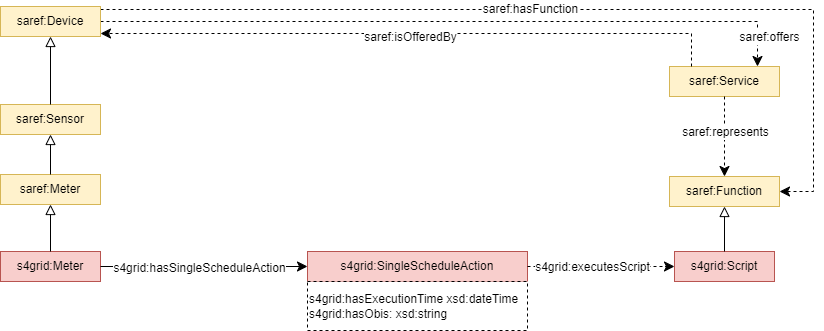
The draw.io diagram documentation/diagrams/SAREF4GRID_Scheduled_action.png in Sergio-Carulli/saref4grid, before a commit. Source tidied: cells renumbered, new cells last; positions are measured from the earlier drawing's top-left corner, leaving out a move shared by most shapes. Its diagram source:
```xml
<mxGraphModel>
  <root>
    <mxCell id="0" />
    <mxCell id="1" parent="0" />
    <mxCell id="2" value="s4grid:Meter" style="rounded=0;whiteSpace=wrap;html=1;snapToPoint=1;points=[[0.1,0],[0.2,0],[0.3,0],[0.4,0],[0.5,0],[0.6,0],[0.7,0],[0.8,0],[0.9,0],[0,0.1],[0,0.3],[0,0.5],[0,0.7],[0,0.9],[0.1,1],[0.2,1],[0.3,1],[0.4,1],[0.5,1],[0.6,1],[0.7,1],[0.8,1],[0.9,1],[1,0.1],[1,0.3],[1,0.5],[1,0.7],[1,0.9]];fillColor=#f8cecc;strokeColor=#b85450;" parent="1" vertex="1">
      <mxGeometry y="245" width="100" height="30" as="geometry" />
    </mxCell>
    <mxCell id="3" value="s4grid:SingleScheduleAction" style="rounded=0;whiteSpace=wrap;html=1;snapToPoint=1;points=[[0.1,0],[0.2,0],[0.3,0],[0.4,0],[0.5,0],[0.6,0],[0.7,0],[0.8,0],[0.9,0],[0,0.1],[0,0.3],[0,0.5],[0,0.7],[0,0.9],[0.1,1],[0.2,1],[0.3,1],[0.4,1],[0.5,1],[0.6,1],[0.7,1],[0.8,1],[0.9,1],[1,0.1],[1,0.3],[1,0.5],[1,0.7],[1,0.9]];fillColor=#f8cecc;strokeColor=#b85450;" parent="1" vertex="1">
      <mxGeometry x="307" y="245" width="220" height="30" as="geometry" />
    </mxCell>
    <mxCell id="4" style="endArrow=classic;html=1;exitX=1;exitY=0.5;exitDx=0;exitDy=0;entryX=0;entryY=0.5;entryDx=0;entryDy=0;endSize=8;arcSize=0;rounded=0;" parent="1" edge="1" source="2" target="3">
      <mxGeometry relative="1" as="geometry" />
    </mxCell>
    <mxCell id="5" value="&lt;div&gt;s4grid:hasSingleScheduleAction&lt;/div&gt;" style="text;html=1;align=center;verticalAlign=middle;labelBackgroundColor=#ffffff;" parent="4" vertex="1">
      <mxGeometry x="-0.13" relative="1" as="geometry">
        <mxPoint x="8" y="1" as="offset" />
      </mxGeometry>
    </mxCell>
    <mxCell id="6" style="endArrow=classic;html=1;exitX=1;exitY=0.5;exitDx=0;exitDy=0;endSize=8;arcSize=0;rounded=0;entryX=0;entryY=0.5;entryDx=0;entryDy=0;dashed=1;" parent="1" edge="1" source="3" target="9">
      <mxGeometry relative="1" as="geometry" />
    </mxCell>
    <mxCell id="7" value="&lt;div&gt;s4grid:executesScript&lt;/div&gt;" style="text;html=1;align=center;verticalAlign=middle;labelBackgroundColor=#ffffff;" parent="6" vertex="1">
      <mxGeometry x="-0.13" relative="1" as="geometry" />
    </mxCell>
    <mxCell id="8" value="s4grid:hasExecutionTime xsd:dateTime&lt;br&gt;s4grid:hasObis: xsd:string" style="rounded=0;whiteSpace=wrap;html=1;dashed=1;align=left;" parent="1" vertex="1">
      <mxGeometry x="307" y="275" width="220" height="49" as="geometry" />
    </mxCell>
    <mxCell id="9" value="s4grid:Script" style="rounded=0;whiteSpace=wrap;html=1;snapToPoint=1;points=[[0.1,0],[0.2,0],[0.3,0],[0.4,0],[0.5,0],[0.6,0],[0.7,0],[0.8,0],[0.9,0],[0,0.1],[0,0.3],[0,0.5],[0,0.7],[0,0.9],[0.1,1],[0.2,1],[0.3,1],[0.4,1],[0.5,1],[0.6,1],[0.7,1],[0.8,1],[0.9,1],[1,0.1],[1,0.3],[1,0.5],[1,0.7],[1,0.9]];fillColor=#f8cecc;strokeColor=#b85450;" parent="1" vertex="1">
      <mxGeometry x="674" y="245" width="100" height="30" as="geometry" />
    </mxCell>
    <mxCell id="10" value="saref:Service" style="rounded=0;whiteSpace=wrap;html=1;snapToPoint=1;points=[[0.1,0],[0.2,0],[0.3,0],[0.4,0],[0.5,0],[0.6,0],[0.7,0],[0.8,0],[0.9,0],[0,0.1],[0,0.3],[0,0.5],[0,0.7],[0,0.9],[0.1,1],[0.2,1],[0.3,1],[0.4,1],[0.5,1],[0.6,1],[0.7,1],[0.8,1],[0.9,1],[1,0.1],[1,0.3],[1,0.5],[1,0.7],[1,0.9]];fillColor=#fff2cc;strokeColor=#d6b656;" parent="1" vertex="1">
      <mxGeometry x="669" y="60" width="110" height="30" as="geometry" />
    </mxCell>
    <mxCell id="11" value="saref:Function" style="rounded=0;whiteSpace=wrap;html=1;snapToPoint=1;points=[[0.1,0],[0.2,0],[0.3,0],[0.4,0],[0.5,0],[0.6,0],[0.7,0],[0.8,0],[0.9,0],[0,0.1],[0,0.3],[0,0.5],[0,0.7],[0,0.9],[0.1,1],[0.2,1],[0.3,1],[0.4,1],[0.5,1],[0.6,1],[0.7,1],[0.8,1],[0.9,1],[1,0.1],[1,0.3],[1,0.5],[1,0.7],[1,0.9]];fillColor=#fff2cc;strokeColor=#d6b656;" parent="1" vertex="1">
      <mxGeometry x="669" y="170" width="110" height="30" as="geometry" />
    </mxCell>
    <mxCell id="12" style="endArrow=classic;html=1;exitX=0.5;exitY=1;exitDx=0;exitDy=0;entryX=0.5;entryY=0;entryDx=0;entryDy=0;endSize=8;arcSize=0;rounded=0;edgeStyle=orthogonalEdgeStyle;dashed=1;" parent="1" edge="1" source="10" target="11">
      <mxGeometry relative="1" as="geometry" />
    </mxCell>
    <mxCell id="13" value="&lt;div&gt;saref:represents&lt;/div&gt;" style="text;html=1;align=center;verticalAlign=middle;labelBackgroundColor=#ffffff;" parent="12" vertex="1">
      <mxGeometry x="-0.13" relative="1" as="geometry" />
    </mxCell>
    <mxCell id="14" style="endArrow=classic;html=1;endSize=8;arcSize=0;rounded=0;entryX=0.8;entryY=0;entryDx=0;entryDy=0;dashed=1;exitX=1;exitY=0.5;exitDx=0;exitDy=0;edgeStyle=orthogonalEdgeStyle;" parent="1" edge="1" source="22" target="10">
      <mxGeometry relative="1" as="geometry" />
    </mxCell>
    <mxCell id="15" value="saref:offers" style="text;html=1;align=center;verticalAlign=middle;labelBackgroundColor=#ffffff;" parent="14" vertex="1">
      <mxGeometry x="-0.13" relative="1" as="geometry">
        <mxPoint x="362" y="15" as="offset" />
      </mxGeometry>
    </mxCell>
    <mxCell id="16" style="endArrow=classic;html=1;exitX=0.2;exitY=0;exitDx=0;exitDy=0;endSize=8;arcSize=0;rounded=0;dashed=1;entryX=1;entryY=0.9;entryDx=0;entryDy=0;edgeStyle=orthogonalEdgeStyle;" parent="1" edge="1" source="10" target="22">
      <mxGeometry relative="1" as="geometry" />
    </mxCell>
    <mxCell id="17" value="saref:isOfferedBy" style="text;html=1;align=center;verticalAlign=middle;labelBackgroundColor=#ffffff;" parent="16" vertex="1">
      <mxGeometry x="-0.13" relative="1" as="geometry">
        <mxPoint x="-43" y="3" as="offset" />
      </mxGeometry>
    </mxCell>
    <mxCell id="18" style="endArrow=classic;html=1;endSize=8;arcSize=0;rounded=0;entryX=1;entryY=0.5;entryDx=0;entryDy=0;dashed=1;edgeStyle=orthogonalEdgeStyle;exitX=1;exitY=0.1;exitDx=0;exitDy=0;" parent="1" edge="1" source="22" target="11">
      <mxGeometry relative="1" as="geometry">
        <Array as="points">
          <mxPoint x="813" y="3" />
          <mxPoint x="813" y="185" />
        </Array>
      </mxGeometry>
    </mxCell>
    <mxCell id="19" value="saref:hasFunction" style="text;html=1;align=center;verticalAlign=middle;labelBackgroundColor=#ffffff;" parent="18" vertex="1">
      <mxGeometry x="-0.13" relative="1" as="geometry">
        <mxPoint x="23" y="-1" as="offset" />
      </mxGeometry>
    </mxCell>
    <mxCell id="20" value="saref:Meter" style="rounded=0;whiteSpace=wrap;html=1;snapToPoint=1;points=[[0.1,0],[0.2,0],[0.3,0],[0.4,0],[0.5,0],[0.6,0],[0.7,0],[0.8,0],[0.9,0],[0,0.1],[0,0.3],[0,0.5],[0,0.7],[0,0.9],[0.1,1],[0.2,1],[0.3,1],[0.4,1],[0.5,1],[0.6,1],[0.7,1],[0.8,1],[0.9,1],[1,0.1],[1,0.3],[1,0.5],[1,0.7],[1,0.9]];fillColor=#fff2cc;strokeColor=#d6b656;" parent="1" vertex="1">
      <mxGeometry y="168" width="100" height="30" as="geometry" />
    </mxCell>
    <mxCell id="21" style="endArrow=block;html=1;fontColor=#000099;exitX=0.5;exitY=0;exitDx=0;exitDy=0;endFill=0;entryX=0.5;entryY=1;entryDx=0;entryDy=0;endSize=8;arcSize=0;rounded=0;" parent="1" edge="1" source="2" target="20">
      <mxGeometry relative="1" as="geometry" />
    </mxCell>
    <mxCell id="22" value="saref:Device" style="rounded=0;whiteSpace=wrap;html=1;snapToPoint=1;points=[[0.1,0],[0.2,0],[0.3,0],[0.4,0],[0.5,0],[0.6,0],[0.7,0],[0.8,0],[0.9,0],[0,0.1],[0,0.3],[0,0.5],[0,0.7],[0,0.9],[0.1,1],[0.2,1],[0.3,1],[0.4,1],[0.5,1],[0.6,1],[0.7,1],[0.8,1],[0.9,1],[1,0.1],[1,0.3],[1,0.5],[1,0.7],[1,0.9]];fillColor=#fff2cc;strokeColor=#d6b656;" parent="1" vertex="1">
      <mxGeometry width="100" height="30" as="geometry" />
    </mxCell>
    <mxCell id="23" value="saref:Sensor" style="rounded=0;whiteSpace=wrap;html=1;snapToPoint=1;points=[[0.1,0],[0.2,0],[0.3,0],[0.4,0],[0.5,0],[0.6,0],[0.7,0],[0.8,0],[0.9,0],[0,0.1],[0,0.3],[0,0.5],[0,0.7],[0,0.9],[0.1,1],[0.2,1],[0.3,1],[0.4,1],[0.5,1],[0.6,1],[0.7,1],[0.8,1],[0.9,1],[1,0.1],[1,0.3],[1,0.5],[1,0.7],[1,0.9]];fillColor=#fff2cc;strokeColor=#d6b656;" parent="1" vertex="1">
      <mxGeometry y="98" width="100" height="30" as="geometry" />
    </mxCell>
    <mxCell id="24" style="endArrow=block;html=1;fontColor=#000099;exitX=0.5;exitY=0;exitDx=0;exitDy=0;endFill=0;entryX=0.5;entryY=1;entryDx=0;entryDy=0;endSize=8;arcSize=0;rounded=0;" parent="1" edge="1" source="23" target="22">
      <mxGeometry relative="1" as="geometry" />
    </mxCell>
    <mxCell id="25" style="endArrow=block;html=1;fontColor=#000099;exitX=0.5;exitY=0;exitDx=0;exitDy=0;endFill=0;entryX=0.5;entryY=1;entryDx=0;entryDy=0;endSize=8;arcSize=0;rounded=0;" parent="1" edge="1" source="20" target="23">
      <mxGeometry relative="1" as="geometry" />
    </mxCell>
    <mxCell id="26" style="endArrow=block;html=1;fontColor=#000099;exitX=0.5;exitY=0;exitDx=0;exitDy=0;endFill=0;entryX=0.5;entryY=1;entryDx=0;entryDy=0;endSize=8;arcSize=0;rounded=0;" parent="1" edge="1" source="9" target="11">
      <mxGeometry relative="1" as="geometry" />
    </mxCell>
  </root>
</mxGraphModel>
```
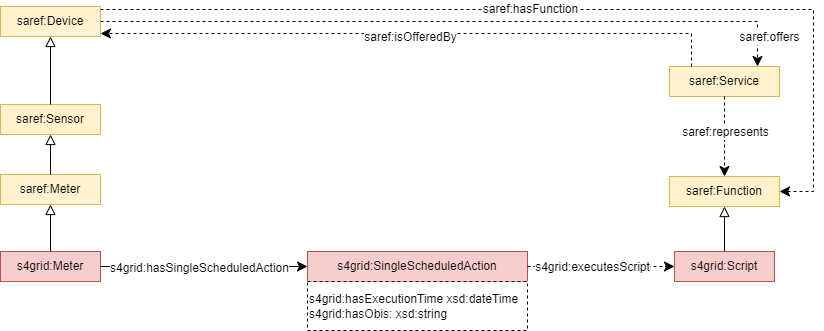
The same diagram one commit later.

What changed in the source:
```diff
@@ -5,13 +5,13 @@
     <mxCell id="2" value="s4grid:Meter" style="rounded=0;whiteSpace=wrap;html=1;snapToPoint=1;points=[[0.1,0],[0.2,0],[0.3,0],[0.4,0],[0.5,0],[0.6,0],[0.7,0],[0.8,0],[0.9,0],[0,0.1],[0,0.3],[0,0.5],[0,0.7],[0,0.9],[0.1,1],[0.2,1],[0.3,1],[0.4,1],[0.5,1],[0.6,1],[0.7,1],[0.8,1],[0.9,1],[1,0.1],[1,0.3],[1,0.5],[1,0.7],[1,0.9]];fillColor=#f8cecc;strokeColor=#b85450;" parent="1" vertex="1">
       <mxGeometry y="245" width="100" height="30" as="geometry" />
     </mxCell>
-    <mxCell id="3" value="s4grid:SingleScheduleAction" style="rounded=0;whiteSpace=wrap;html=1;snapToPoint=1;points=[[0.1,0],[0.2,0],[0.3,0],[0.4,0],[0.5,0],[0.6,0],[0.7,0],[0.8,0],[0.9,0],[0,0.1],[0,0.3],[0,0.5],[0,0.7],[0,0.9],[0.1,1],[0.2,1],[0.3,1],[0.4,1],[0.5,1],[0.6,1],[0.7,1],[0.8,1],[0.9,1],[1,0.1],[1,0.3],[1,0.5],[1,0.7],[1,0.9]];fillColor=#f8cecc;strokeColor=#b85450;" parent="1" vertex="1">
+    <mxCell id="3" value="s4grid:SingleScheduledAction" style="rounded=0;whiteSpace=wrap;html=1;snapToPoint=1;points=[[0.1,0],[0.2,0],[0.3,0],[0.4,0],[0.5,0],[0.6,0],[0.7,0],[0.8,0],[0.9,0],[0,0.1],[0,0.3],[0,0.5],[0,0.7],[0,0.9],[0.1,1],[0.2,1],[0.3,1],[0.4,1],[0.5,1],[0.6,1],[0.7,1],[0.8,1],[0.9,1],[1,0.1],[1,0.3],[1,0.5],[1,0.7],[1,0.9]];fillColor=#f8cecc;strokeColor=#b85450;" parent="1" vertex="1">
       <mxGeometry x="307" y="245" width="220" height="30" as="geometry" />
     </mxCell>
     <mxCell id="4" style="endArrow=classic;html=1;exitX=1;exitY=0.5;exitDx=0;exitDy=0;entryX=0;entryY=0.5;entryDx=0;entryDy=0;endSize=8;arcSize=0;rounded=0;" parent="1" edge="1" source="2" target="3">
       <mxGeometry relative="1" as="geometry" />
     </mxCell>
-    <mxCell id="5" value="&lt;div&gt;s4grid:hasSingleScheduleAction&lt;/div&gt;" style="text;html=1;align=center;verticalAlign=middle;labelBackgroundColor=#ffffff;" parent="4" vertex="1">
+    <mxCell id="5" value="&lt;div&gt;s4grid:hasSingleScheduledAction&lt;/div&gt;" style="text;html=1;align=center;verticalAlign=middle;labelBackgroundColor=#ffffff;" parent="4" vertex="1">
       <mxGeometry x="-0.13" relative="1" as="geometry">
         <mxPoint x="8" y="1" as="offset" />
       </mxGeometry>
```
